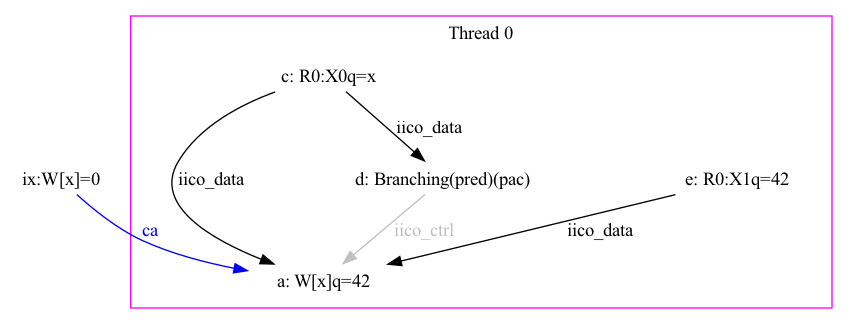
herd/herdtools7 keeps this Graphviz diagram as pac_tests/notes/str_success.png. Above is the earlier version. Its source is kept beside it as pac_tests/notes/str_success.dot.
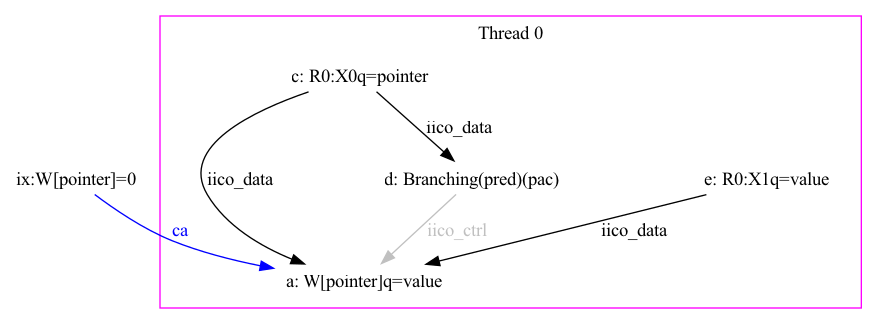
After the commit.

The edit, as a diff of the source:
```diff
@@ -1,10 +1,10 @@
 digraph G {
-    eiid1 [label="ix:W[x]=0", shape="none", fixedsize="false", height="0.194444", width="1.166667"];
+    eiid1 [label="ix:W[pointer]=0", shape="none", fixedsize="false", height="0.194444", width="1.166667"];
     subgraph cluster_proc0 { rank=sink; label = "Thread 0"; color=magenta; shape=box;
-        eiid0 [label="a: W[x]q=42", shape="none", fixedsize="false", height="0.194444", width="1.555556"];
-        eiid2 [label="c: R0:X0q=x", shape="none", fixedsize="false", height="0.194444", width="1.555556"];
+        eiid0 [label="a: W[pointer]q=value", shape="none", fixedsize="false", height="0.194444", width="1.555556"];
+        eiid2 [label="c: R0:X0q=pointer", shape="none", fixedsize="false", height="0.194444", width="1.555556"];
         eiid3 [label="d: Branching(pred)(pac)", shape="none", fixedsize="false", height="0.194444", width="3.888889"];
-        eiid4 [label="e: R0:X1q=42", shape="none", fixedsize="false", height="0.194444", width="1.750000"];
+        eiid4 [label="e: R0:X1q=value", shape="none", fixedsize="false", height="0.194444", width="1.750000"];
     }
     eiid2 -> eiid0 [label="iico_data", color="black", fontcolor="black"];
     eiid2 -> eiid3 [label="iico_data", color="black", fontcolor="black"];
```
